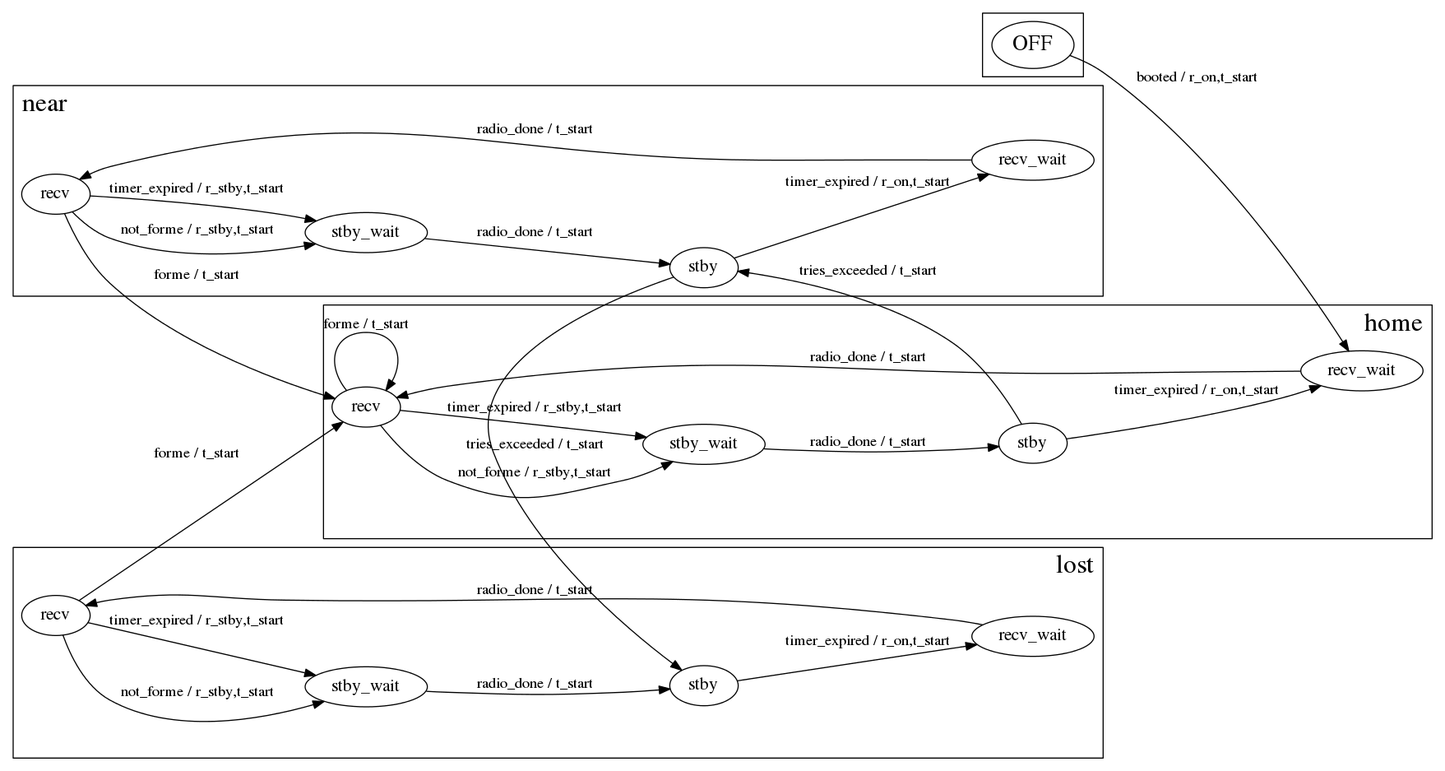
MamMark/mm keeps this Graphviz diagram as apps/tagmon/tagmonograph.png. Above is the earlier version. Its source is kept beside it as apps/tagmon/tagmonograph.dot.
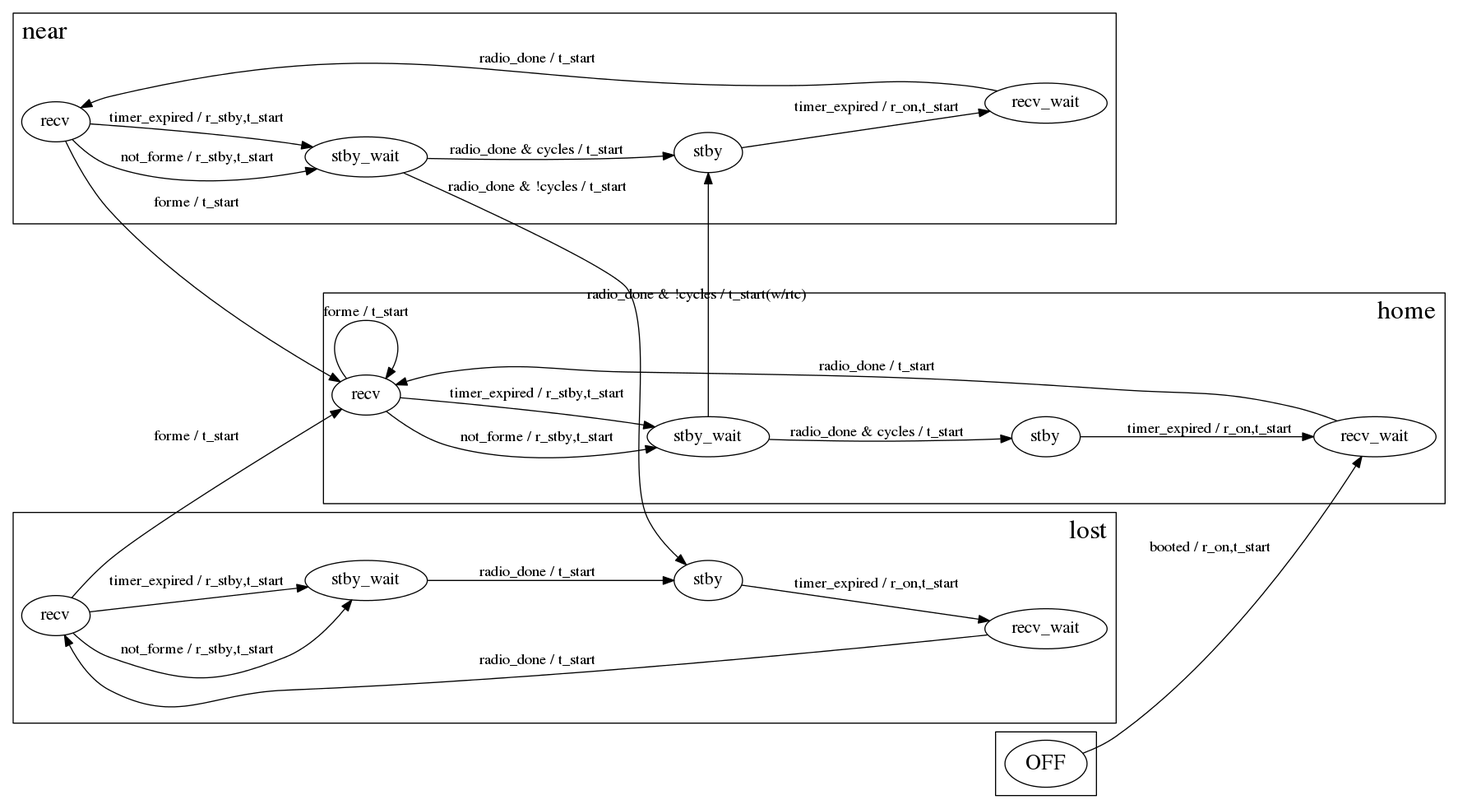
After the commit.

Commit message:
tag/monitor: state diagram, cycle expire goes to lower state.

home/standby_wait should transition to near/standby when cycles exceeded.
near/standby_wait goes to lost/standby.

No transition through standby when cycles exceeded.

Change to the diagram source:
```diff
@@ -43,16 +43,16 @@
 home_recv -> home_stby_wait  [label="timer_expired / r_stby,t_start"];
 home_stby -> home_recv_wait  [label="timer_expired / r_on,t_start"];
 home_recv -> home_recv  [label="forme / t_start"];
-home_stby -> near_stby  [label="tries_exceeded / t_start"];
 home_recv_wait -> home_recv  [label="radio_done / t_start"];
-home_stby_wait -> home_stby  [label="radio_done / t_start"];
+home_stby_wait -> near_stby  [label="radio_done & !cycles / t_start(w/rtc)"];
+home_stby_wait -> home_stby  [label="radio_done & cycles / t_start"];
 near_recv -> near_stby_wait  [label="not_forme / r_stby,t_start"];
 near_recv -> near_stby_wait  [label="timer_expired / r_stby,t_start"];
 near_stby -> near_recv_wait  [label="timer_expired / r_on,t_start"];
 near_recv -> home_recv  [label="forme / t_start"];
-near_stby -> lost_stby  [label="tries_exceeded / t_start"];
 near_recv_wait -> near_recv  [label="radio_done / t_start"];
-near_stby_wait -> near_stby  [label="radio_done / t_start"];
+near_stby_wait -> near_stby  [label="radio_done & cycles / t_start"];
+near_stby_wait -> lost_stby  [label="radio_done & !cycles / t_start"];
 lost_recv -> lost_stby_wait  [label="not_forme / r_stby,t_start"];
 lost_recv -> lost_stby_wait  [label="timer_expired / r_stby,t_start"];
 lost_stby -> lost_recv_wait  [label="timer_expired / r_on,t_start"];
```
